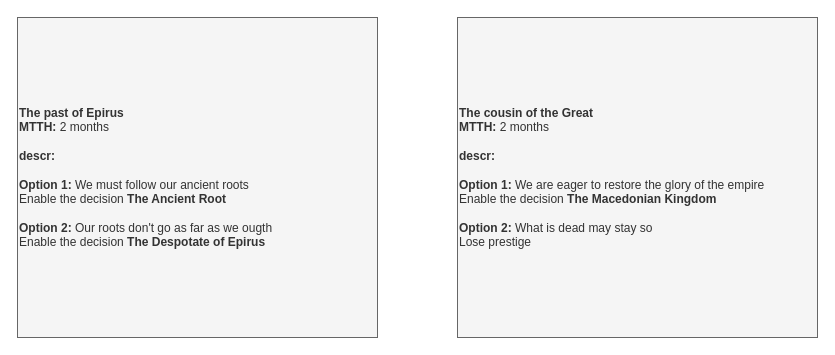
The draw.io diagram page "Events" (3 of 3) of Epirus/Epirus.drawio in Melvasul/Missions-Expanded, before the edit. Source tidied: cells renumbered, new cells numbered last; positions are measured from the earlier drawing's top-left corner, leaving out a move shared by most shapes. Both pictures are drawn from the tidied source at 100%, with x=0, y=0 at pixel (17, 17).
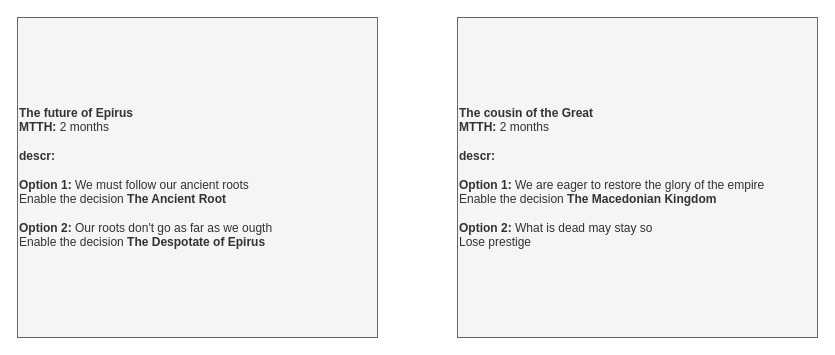
After the change.

What changed in the source:
```diff
@@
 <mxGraphModel>
   <root>
     <mxCell id="0" />
     <mxCell id="1" parent="0" />
-    <mxCell id="2" value="&lt;div align=&quot;left&quot;&gt;&lt;b&gt;The past of Epirus&lt;/b&gt;&lt;/div&gt;&lt;div align=&quot;left&quot;&gt;&lt;b&gt;MTTH:&lt;/b&gt;&amp;nbsp;2 months&lt;/div&gt;&lt;div align=&quot;left&quot;&gt;&lt;br&gt;&lt;/div&gt;&lt;div align=&quot;left&quot;&gt;&lt;b&gt;descr:&lt;/b&gt;&amp;nbsp;&lt;/div&gt;&lt;div align=&quot;left&quot;&gt;&lt;br&gt;&lt;/div&gt;&lt;div align=&quot;left&quot;&gt;&lt;b&gt;Option 1:&lt;/b&gt; We must follow our ancient roots&lt;/div&gt;&lt;div align=&quot;left&quot;&gt;Enable the decision &lt;b&gt;The Ancient Root&lt;/b&gt;&lt;/div&gt;&lt;div align=&quot;left&quot;&gt;&lt;br&gt;&lt;/div&gt;&lt;div align=&quot;left&quot;&gt;&lt;b&gt;Option 2:&lt;/b&gt;&amp;nbsp;Our roots don't go as far as we ougth&lt;/div&gt;&lt;div align=&quot;left&quot;&gt;Enable the decision &lt;b&gt;The Despotate of Epirus&lt;/b&gt;&lt;br&gt;&lt;/div&gt;" style="rounded=0;whiteSpace=wrap;html=1;align=left;fillColor=#f5f5f5;strokeColor=#666666;fontColor=#333333;" parent="1" vertex="1">
+    <mxCell id="2" value="&lt;div align=&quot;left&quot;&gt;&lt;b&gt;The future of Epirus&lt;/b&gt;&lt;/div&gt;&lt;div align=&quot;left&quot;&gt;&lt;b&gt;MTTH:&lt;/b&gt;&amp;nbsp;2 months&lt;/div&gt;&lt;div align=&quot;left&quot;&gt;&lt;br&gt;&lt;/div&gt;&lt;div align=&quot;left&quot;&gt;&lt;b&gt;descr:&lt;/b&gt;&amp;nbsp;&lt;/div&gt;&lt;div align=&quot;left&quot;&gt;&lt;br&gt;&lt;/div&gt;&lt;div align=&quot;left&quot;&gt;&lt;b&gt;Option 1:&lt;/b&gt; We must follow our ancient roots&lt;/div&gt;&lt;div align=&quot;left&quot;&gt;Enable the decision &lt;b&gt;The Ancient Root&lt;/b&gt;&lt;/div&gt;&lt;div align=&quot;left&quot;&gt;&lt;br&gt;&lt;/div&gt;&lt;div align=&quot;left&quot;&gt;&lt;b&gt;Option 2:&lt;/b&gt;&amp;nbsp;Our roots don't go as far as we ougth&lt;/div&gt;&lt;div align=&quot;left&quot;&gt;Enable the decision &lt;b&gt;The Despotate of Epirus&lt;/b&gt;&lt;br&gt;&lt;/div&gt;" style="rounded=0;whiteSpace=wrap;html=1;align=left;fillColor=#f5f5f5;strokeColor=#666666;fontColor=#333333;" parent="1" vertex="1">
       <mxGeometry width="360" height="320" as="geometry" />
     </mxCell>
     <mxCell id="3" value="&lt;div align=&quot;left&quot;&gt;&lt;b&gt;The cousin of the Great&lt;/b&gt;&lt;/div&gt;&lt;div align=&quot;left&quot;&gt;&lt;b&gt;MTTH:&lt;/b&gt;&amp;nbsp;2 months&lt;/div&gt;&lt;div align=&quot;left&quot;&gt;&lt;br&gt;&lt;/div&gt;&lt;div align=&quot;left&quot;&gt;&lt;b&gt;descr:&lt;/b&gt;&amp;nbsp;&lt;/div&gt;&lt;div align=&quot;left&quot;&gt;&lt;br&gt;&lt;/div&gt;&lt;div align=&quot;left&quot;&gt;&lt;b&gt;Option 1:&lt;/b&gt; We are eager to restore the glory of the empire&lt;/div&gt;&lt;div align=&quot;left&quot;&gt;Enable the decision&amp;nbsp;&lt;b&gt;The Macedonian Kingdom&lt;/b&gt;&lt;/div&gt;&lt;div align=&quot;left&quot;&gt;&lt;br&gt;&lt;/div&gt;&lt;div align=&quot;left&quot;&gt;&lt;b&gt;Option 2:&lt;/b&gt;&amp;nbsp;What is dead may stay so&lt;/div&gt;&lt;div align=&quot;left&quot;&gt;Lose prestige&lt;/div&gt;" style="rounded=0;whiteSpace=wrap;html=1;align=left;fillColor=#f5f5f5;strokeColor=#666666;fontColor=#333333;" parent="1" vertex="1">
       <mxGeometry x="440" width="360" height="320" as="geometry" />
     </mxCell>
   </root>
 </mxGraphModel>
```
